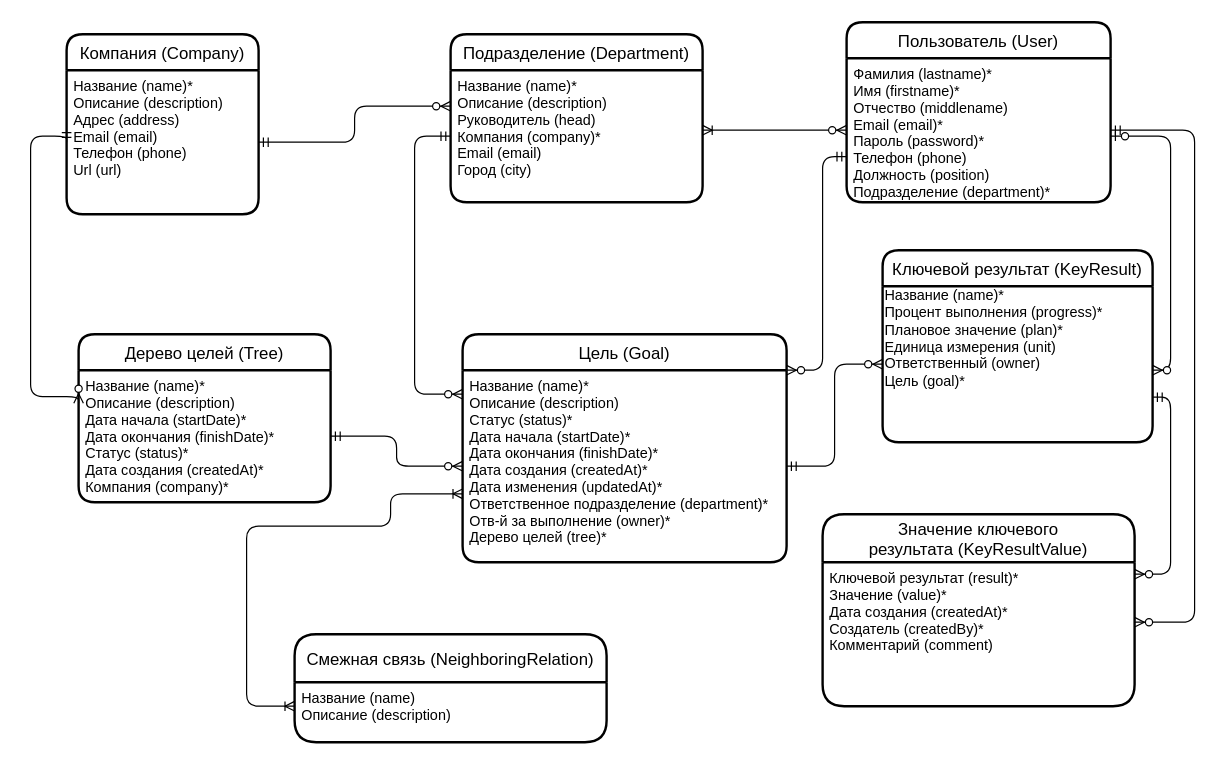
The draw.io diagram page "ER-model" (1 of 2) of diagrams/okr.drawio in spivakev/OKR-project, before the edit. Source tidied: cells renumbered, new cells numbered last; positions are measured from the earlier drawing's top-left corner, leaving out a move shared by most shapes. Both pictures are drawn from the tidied source at 120%, with x=0, y=0 at pixel (30, 22).
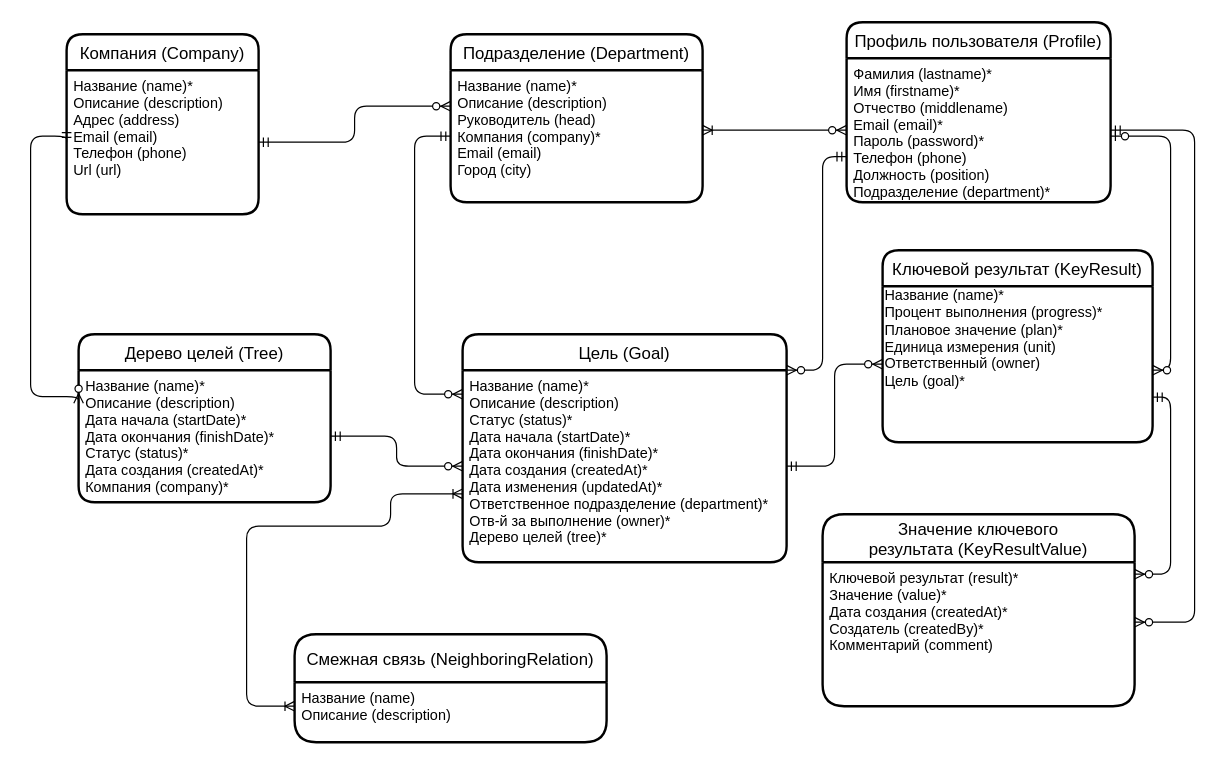
The same diagram, later.

Change to the diagram source:
```diff
@@
-    <mxCell id="10" value="Пользователь (User)" style="swimlane;horizontal=1;startSize=30;rounded=1;fontSize=14;fontStyle=0;strokeWidth=2;shadow=0;dashed=0;align=center;" parent="1" vertex="1">
+    <mxCell id="10" value="Профиль пользователя (Profile)" style="swimlane;horizontal=1;startSize=30;rounded=1;fontSize=14;fontStyle=0;strokeWidth=2;shadow=0;dashed=0;align=center;" parent="1" vertex="1">
       <mxGeometry x="680" width="220" height="150" as="geometry" />
     </mxCell>
```
